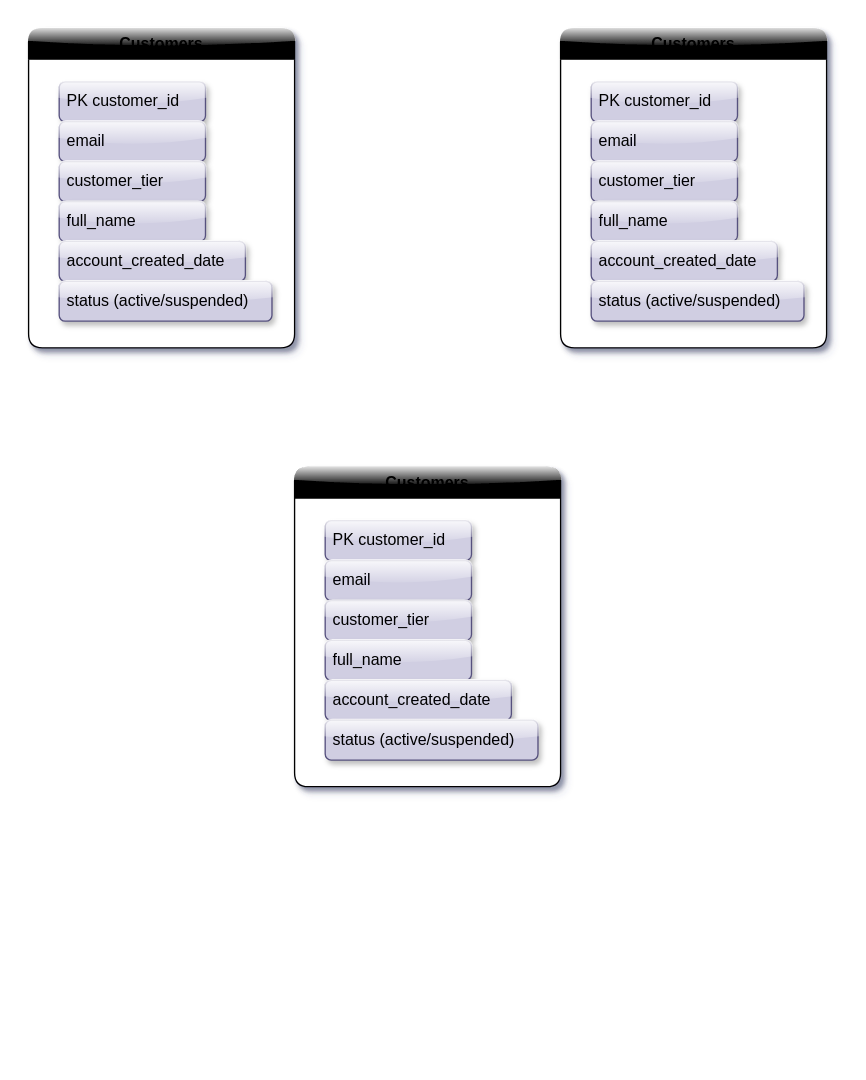
jacobamason80-lab/fantastic-octo-waffle keeps this draw.io diagram as Customer Help Desk System - ERD.drawio. Above is the earlier version. Source tidied: cells renumbered, new cells numbered last; positions are measured from the earlier drawing's top-left corner, leaving out a move shared by most shapes. Both pictures are drawn from the tidied source at 133%, with x=0, y=0 at pixel (28, 28).
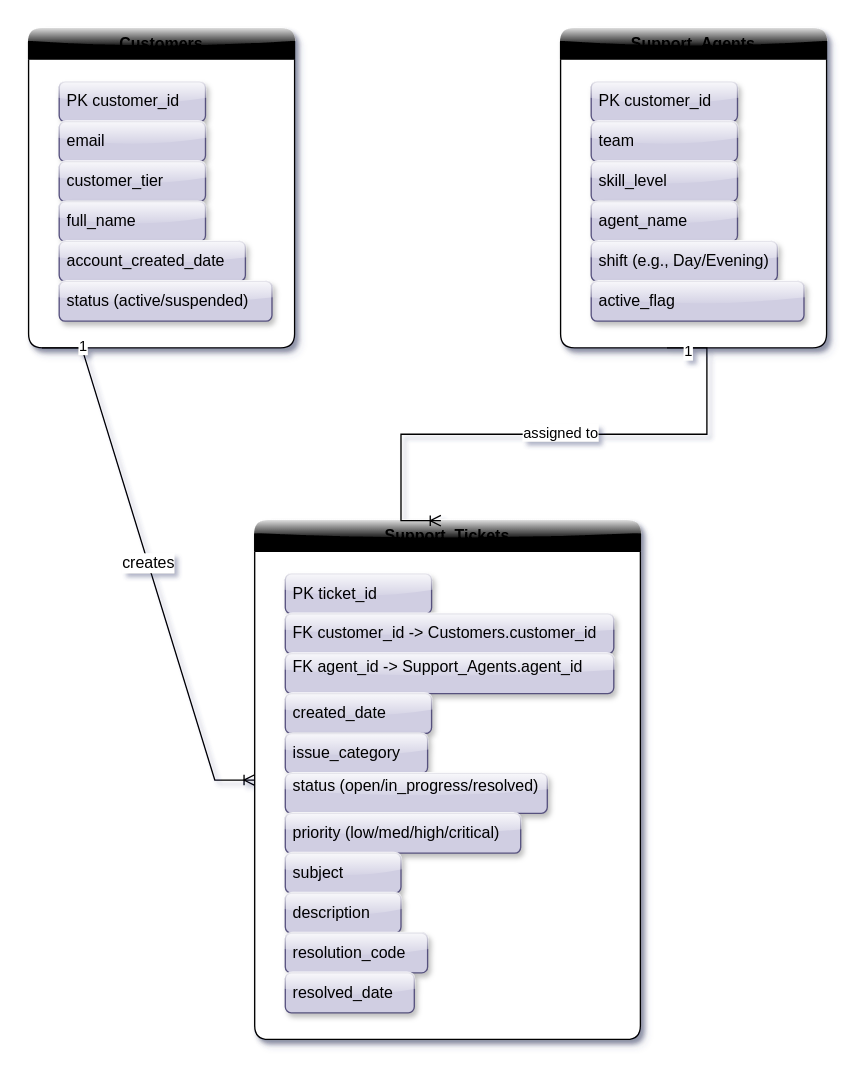
The same diagram, later.

What changed in the source:
```diff
@@
-    <mxCell id="9" value="Customers" style="swimlane;whiteSpace=wrap;html=1;swimlaneFillColor=default;fillColor=light-dark(#FFFFFF,#E1DBFF);gradientColor=light-dark(#000000,#000066);rounded=1;shadow=1;glass=1;swimlaneLine=1;" parent="1" vertex="1">
+    <mxCell id="9" value="Support_Agents" style="swimlane;whiteSpace=wrap;html=1;swimlaneFillColor=default;fillColor=light-dark(#FFFFFF,#E1DBFF);gradientColor=light-dark(#000000,#000066);rounded=1;shadow=1;glass=1;swimlaneLine=1;" parent="1" vertex="1">
       <mxGeometry x="400" width="200" height="240" as="geometry" />
     </mxCell>
@@
-    <mxCell id="11" value="email" style="text;align=left;verticalAlign=middle;spacingLeft=4;spacingRight=4;overflow=hidden;whiteSpace=wrap;html=1;swimlaneFillColor=default;fillColor=#d0cee2;strokeColor=#56517e;rounded=1;shadow=1;glass=1;swimlaneLine=1;" parent="9" vertex="1">
+    <mxCell id="11" value="team" style="text;align=left;verticalAlign=middle;spacingLeft=4;spacingRight=4;overflow=hidden;whiteSpace=wrap;html=1;swimlaneFillColor=default;fillColor=#d0cee2;strokeColor=#56517e;rounded=1;shadow=1;glass=1;swimlaneLine=1;" parent="9" vertex="1">
       <mxGeometry x="23" y="70" width="110" height="30" as="geometry" />
     </mxCell>
-    <mxCell id="12" value="customer_tier" style="text;align=left;verticalAlign=middle;spacingLeft=4;spacingRight=4;overflow=hidden;whiteSpace=wrap;html=1;swimlaneFillColor=default;fillColor=#d0cee2;strokeColor=#56517e;rounded=1;shadow=1;glass=1;swimlaneLine=1;" parent="9" vertex="1">
+    <mxCell id="12" value="skill_level" style="text;align=left;verticalAlign=middle;spacingLeft=4;spacingRight=4;overflow=hidden;whiteSpace=wrap;html=1;swimlaneFillColor=default;fillColor=#d0cee2;strokeColor=#56517e;rounded=1;shadow=1;glass=1;swimlaneLine=1;" parent="9" vertex="1">
       <mxGeometry x="23" y="100" width="110" height="30" as="geometry" />
     </mxCell>
-    <mxCell id="13" value="full_name" style="text;align=left;verticalAlign=middle;spacingLeft=4;spacingRight=4;overflow=hidden;whiteSpace=wrap;html=1;swimlaneFillColor=default;fillColor=#d0cee2;strokeColor=#56517e;rounded=1;shadow=1;glass=1;swimlaneLine=1;" parent="9" vertex="1">
+    <mxCell id="13" value="agent_name" style="text;align=left;verticalAlign=middle;spacingLeft=4;spacingRight=4;overflow=hidden;whiteSpace=wrap;html=1;swimlaneFillColor=default;fillColor=#d0cee2;strokeColor=#56517e;rounded=1;shadow=1;glass=1;swimlaneLine=1;" parent="9" vertex="1">
       <mxGeometry x="23" y="130" width="110" height="30" as="geometry" />
     </mxCell>
-    <mxCell id="14" value="account_created_date" style="text;align=left;verticalAlign=middle;spacingLeft=4;spacingRight=4;overflow=hidden;whiteSpace=wrap;html=1;swimlaneFillColor=default;fillColor=#d0cee2;strokeColor=#56517e;rounded=1;shadow=1;glass=1;swimlaneLine=1;" parent="9" vertex="1">
+    <mxCell id="14" value="shift (e.g., Day/Evening)" style="text;align=left;verticalAlign=middle;spacingLeft=4;spacingRight=4;overflow=hidden;whiteSpace=wrap;html=1;swimlaneFillColor=default;fillColor=#d0cee2;strokeColor=#56517e;rounded=1;shadow=1;glass=1;swimlaneLine=1;" parent="9" vertex="1">
       <mxGeometry x="23" y="160" width="140" height="30" as="geometry" />
     </mxCell>
-    <mxCell id="15" value="status (active/suspended)" style="text;align=left;verticalAlign=middle;spacingLeft=4;spacingRight=4;overflow=hidden;whiteSpace=wrap;html=1;swimlaneFillColor=default;fillColor=#d0cee2;strokeColor=#56517e;rounded=1;shadow=1;glass=1;swimlaneLine=1;" parent="9" vertex="1">
+    <mxCell id="15" value="active_flag" style="text;align=left;verticalAlign=middle;spacingLeft=4;spacingRight=4;overflow=hidden;whiteSpace=wrap;html=1;swimlaneFillColor=default;fillColor=#d0cee2;strokeColor=#56517e;rounded=1;shadow=1;glass=1;swimlaneLine=1;" parent="9" vertex="1">
       <mxGeometry x="23" y="190" width="160" height="30" as="geometry" />
     </mxCell>
-    <mxCell id="16" value="Customers" style="swimlane;whiteSpace=wrap;html=1;swimlaneFillColor=default;fillColor=light-dark(#FFFFFF,#E1DBFF);gradientColor=light-dark(#000000,#000066);rounded=1;shadow=1;glass=1;swimlaneLine=1;" parent="1" vertex="1">
-      <mxGeometry x="200" y="330" width="200" height="240" as="geometry" />
+    <mxCell id="16" value="Support_Tickets" style="swimlane;whiteSpace=wrap;html=1;swimlaneFillColor=default;fillColor=light-dark(#FFFFFF,#E1DBFF);gradientColor=light-dark(#000000,#000066);rounded=1;shadow=1;glass=1;swimlaneLine=1;" parent="1" vertex="1">
+      <mxGeometry x="170" y="370" width="290" height="390" as="geometry" />
     </mxCell>
-    <mxCell id="17" value="PK customer_id" style="text;align=left;verticalAlign=middle;spacingLeft=4;spacingRight=4;overflow=hidden;whiteSpace=wrap;html=1;swimlaneFillColor=default;fillColor=#d0cee2;strokeColor=#56517e;rounded=1;shadow=1;glass=1;swimlaneLine=1;" parent="16" vertex="1">
+    <mxCell id="17" value="PK ticket_id" style="text;align=left;verticalAlign=middle;spacingLeft=4;spacingRight=4;overflow=hidden;whiteSpace=wrap;html=1;swimlaneFillColor=default;fillColor=#d0cee2;strokeColor=#56517e;rounded=1;shadow=1;glass=1;swimlaneLine=1;" parent="16" vertex="1">
       <mxGeometry x="23" y="40" width="110" height="30" as="geometry" />
     </mxCell>
-    <mxCell id="18" value="email" style="text;align=left;verticalAlign=middle;spacingLeft=4;spacingRight=4;overflow=hidden;whiteSpace=wrap;html=1;swimlaneFillColor=default;fillColor=#d0cee2;strokeColor=#56517e;rounded=1;shadow=1;glass=1;swimlaneLine=1;" parent="16" vertex="1">
-      <mxGeometry x="23" y="70" width="110" height="30" as="geometry" />
+    <mxCell id="18" value="FK customer_id -&amp;gt; Customers.customer_id" style="text;align=left;verticalAlign=middle;spacingLeft=4;spacingRight=4;overflow=hidden;whiteSpace=wrap;html=1;swimlaneFillColor=default;fillColor=#d0cee2;strokeColor=#56517e;rounded=1;shadow=1;glass=1;swimlaneLine=1;" parent="16" vertex="1">
+      <mxGeometry x="23" y="70" width="247" height="30" as="geometry" />
     </mxCell>
-    <mxCell id="19" value="customer_tier" style="text;align=left;verticalAlign=middle;spacingLeft=4;spacingRight=4;overflow=hidden;whiteSpace=wrap;html=1;swimlaneFillColor=default;fillColor=#d0cee2;strokeColor=#56517e;rounded=1;shadow=1;glass=1;swimlaneLine=1;" parent="16" vertex="1">
-      <mxGeometry x="23" y="100" width="110" height="30" as="geometry" />
+    <mxCell id="19" value="FK agent_id -&amp;gt; Support_Agents.agent_id&lt;div&gt;&lt;br/&gt;&lt;/div&gt;" style="text;align=left;verticalAlign=middle;spacingLeft=4;spacingRight=4;overflow=hidden;whiteSpace=wrap;html=1;swimlaneFillColor=default;fillColor=#d0cee2;strokeColor=#56517e;rounded=1;shadow=1;glass=1;swimlaneLine=1;" parent="16" vertex="1">
+      <mxGeometry x="23" y="100" width="247" height="30" as="geometry" />
     </mxCell>
-    <mxCell id="20" value="full_name" style="text;align=left;verticalAlign=middle;spacingLeft=4;spacingRight=4;overflow=hidden;whiteSpace=wrap;html=1;swimlaneFillColor=default;fillColor=#d0cee2;strokeColor=#56517e;rounded=1;shadow=1;glass=1;swimlaneLine=1;" parent="16" vertex="1">
+    <mxCell id="20" value="created_date&amp;nbsp;" style="text;align=left;verticalAlign=middle;spacingLeft=4;spacingRight=4;overflow=hidden;whiteSpace=wrap;html=1;swimlaneFillColor=default;fillColor=#d0cee2;strokeColor=#56517e;rounded=1;shadow=1;glass=1;swimlaneLine=1;" parent="16" vertex="1">
       <mxGeometry x="23" y="130" width="110" height="30" as="geometry" />
     </mxCell>
-    <mxCell id="21" value="account_created_date" style="text;align=left;verticalAlign=middle;spacingLeft=4;spacingRight=4;overflow=hidden;whiteSpace=wrap;html=1;swimlaneFillColor=default;fillColor=#d0cee2;strokeColor=#56517e;rounded=1;shadow=1;glass=1;swimlaneLine=1;" parent="16" vertex="1">
-      <mxGeometry x="23" y="160" width="140" height="30" as="geometry" />
+    <mxCell id="21" value="issue_category" style="text;align=left;verticalAlign=middle;spacingLeft=4;spacingRight=4;overflow=hidden;whiteSpace=wrap;html=1;swimlaneFillColor=default;fillColor=#d0cee2;strokeColor=#56517e;rounded=1;shadow=1;glass=1;swimlaneLine=1;" parent="16" vertex="1">
+      <mxGeometry x="23" y="160" width="107" height="30" as="geometry" />
     </mxCell>
-    <mxCell id="22" value="status (active/suspended)" style="text;align=left;verticalAlign=middle;spacingLeft=4;spacingRight=4;overflow=hidden;whiteSpace=wrap;html=1;swimlaneFillColor=default;fillColor=#d0cee2;strokeColor=#56517e;rounded=1;shadow=1;glass=1;swimlaneLine=1;" parent="16" vertex="1">
-      <mxGeometry x="23" y="190" width="160" height="30" as="geometry" />
+    <mxCell id="22" value="status (open/in_progress/resolved)&lt;div&gt;&lt;br/&gt;&lt;/div&gt;" style="text;align=left;verticalAlign=middle;spacingLeft=4;spacingRight=4;overflow=hidden;whiteSpace=wrap;html=1;swimlaneFillColor=default;fillColor=#d0cee2;strokeColor=#56517e;rounded=1;shadow=1;glass=1;swimlaneLine=1;" parent="16" vertex="1">
+      <mxGeometry x="23" y="190" width="197" height="30" as="geometry" />
     </mxCell>
+    <mxCell id="23" value="&lt;div&gt;priority (low/med/high/critical)&amp;nbsp;&lt;/div&gt;" style="text;align=left;verticalAlign=middle;spacingLeft=4;spacingRight=4;overflow=hidden;whiteSpace=wrap;html=1;swimlaneFillColor=default;fillColor=#d0cee2;strokeColor=#56517e;rounded=1;shadow=1;glass=1;swimlaneLine=1;" parent="16" vertex="1">
+      <mxGeometry x="23" y="220" width="177" height="30" as="geometry" />
+    </mxCell>
+    <mxCell id="24" value="&lt;div&gt;subject&lt;/div&gt;" style="text;align=left;verticalAlign=middle;spacingLeft=4;spacingRight=4;overflow=hidden;whiteSpace=wrap;html=1;swimlaneFillColor=default;fillColor=#d0cee2;strokeColor=#56517e;rounded=1;shadow=1;glass=1;swimlaneLine=1;" parent="16" vertex="1">
+      <mxGeometry x="23" y="250" width="87" height="30" as="geometry" />
+    </mxCell>
+    <mxCell id="25" value="&lt;div&gt;description&lt;/div&gt;" style="text;align=left;verticalAlign=middle;spacingLeft=4;spacingRight=4;overflow=hidden;whiteSpace=wrap;html=1;swimlaneFillColor=default;fillColor=#d0cee2;strokeColor=#56517e;rounded=1;shadow=1;glass=1;swimlaneLine=1;" parent="16" vertex="1">
+      <mxGeometry x="23" y="280" width="87" height="30" as="geometry" />
+    </mxCell>
+    <mxCell id="26" value="resolution_code" style="text;align=left;verticalAlign=middle;spacingLeft=4;spacingRight=4;overflow=hidden;whiteSpace=wrap;html=1;swimlaneFillColor=default;fillColor=#d0cee2;strokeColor=#56517e;rounded=1;shadow=1;glass=1;swimlaneLine=1;" parent="16" vertex="1">
+      <mxGeometry x="23" y="310" width="107" height="30" as="geometry" />
+    </mxCell>
+    <mxCell id="27" value="&lt;div&gt;resolved_date&amp;nbsp;&lt;/div&gt;" style="text;align=left;verticalAlign=middle;spacingLeft=4;spacingRight=4;overflow=hidden;whiteSpace=wrap;html=1;swimlaneFillColor=default;fillColor=#d0cee2;strokeColor=#56517e;rounded=1;shadow=1;glass=1;swimlaneLine=1;" parent="16" vertex="1">
+      <mxGeometry x="23" y="340" width="97" height="30" as="geometry" />
+    </mxCell>
+    <mxCell id="28" value="creates" style="edgeStyle=entityRelationEdgeStyle;fontSize=12;html=1;endArrow=ERoneToMany;rounded=0;exitX=0.5;exitY=1;exitDx=0;exitDy=0;entryX=0;entryY=0.5;entryDx=0;entryDy=0;" parent="1" edge="1" target="16">
+      <mxGeometry relative="1" as="geometry">
+        <mxPoint x="10" y="240" as="sourcePoint" />
+      </mxGeometry>
+    </mxCell>
+    <mxCell id="29" value="1" style="edgeLabel;html=1;align=center;verticalAlign=middle;" parent="28" vertex="1">
+      <mxGeometry x="-0.85" y="1" relative="1" as="geometry">
+        <mxPoint y="-1" as="offset" />
+      </mxGeometry>
+    </mxCell>
+    <mxCell id="30" style="edgeStyle=entityRelationEdgeStyle;fontSize=12;html=1;endArrow=ERoneToMany;rounded=0;entryX=1;entryY=0;entryDx=0;entryDy=0;" parent="1" edge="1">
+      <mxGeometry relative="1" as="geometry">
+        <mxPoint x="480" y="240" as="sourcePoint" />
+        <mxPoint x="310" y="370" as="targetPoint" />
+      </mxGeometry>
+    </mxCell>
+    <mxCell id="31" value="assigned to" style="edgeLabel;html=1;align=center;verticalAlign=middle;" parent="30" vertex="1">
+      <mxGeometry x="-0.02" y="-2" relative="1" as="geometry" />
+    </mxCell>
+    <mxCell id="32" value="1" style="edgeLabel;html=1;align=center;verticalAlign=middle;" parent="30" vertex="1">
+      <mxGeometry x="-0.93" y="-2" relative="1" as="geometry" />
+    </mxCell>
```
